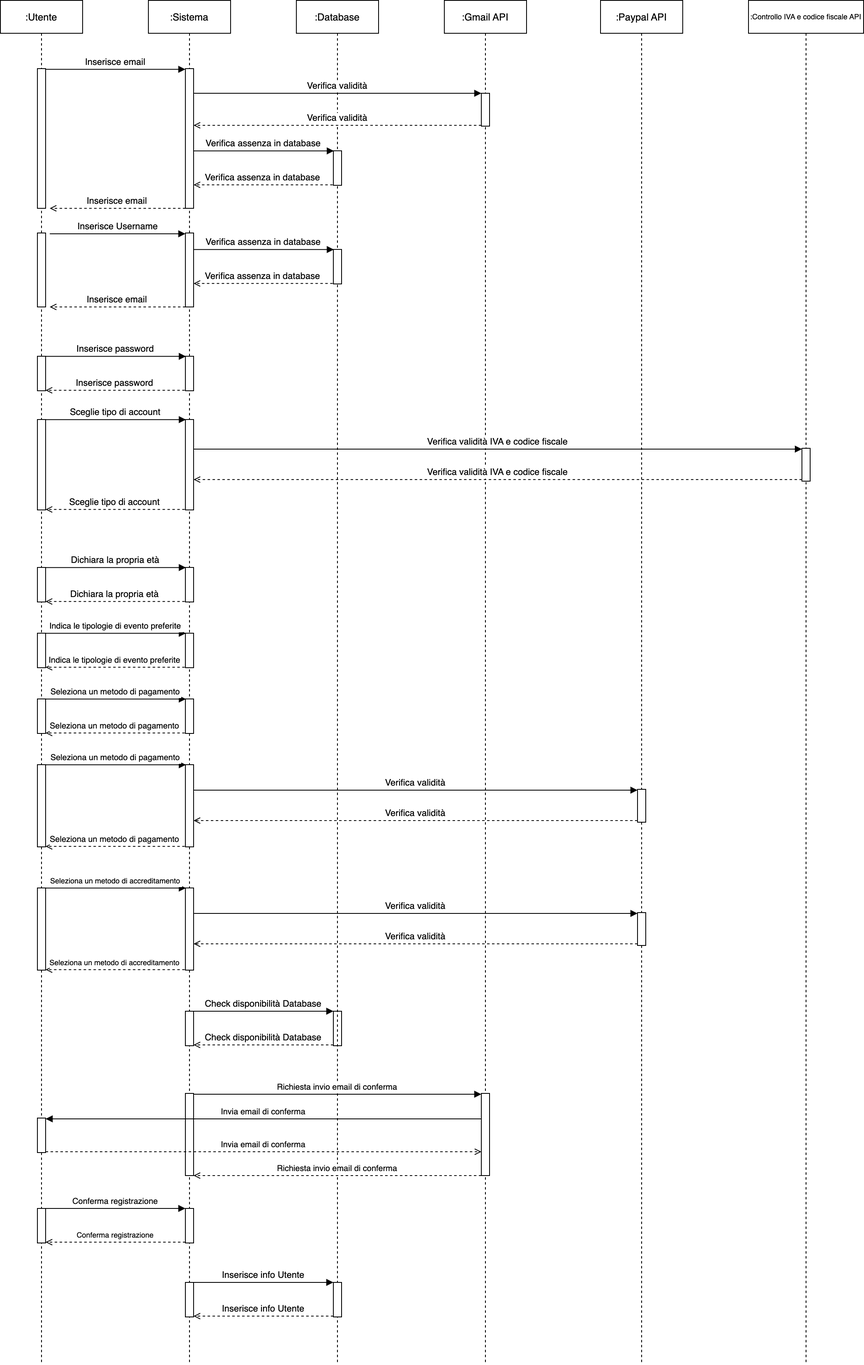
4spot-team/documentation keeps this draw.io diagram as Sequence/RF02_Registrazione/Registrazione.png. Above is the earlier version. Source tidied: cells renumbered, new cells last; positions are measured from the earlier drawing's top-left corner, leaving out a move shared by most shapes.
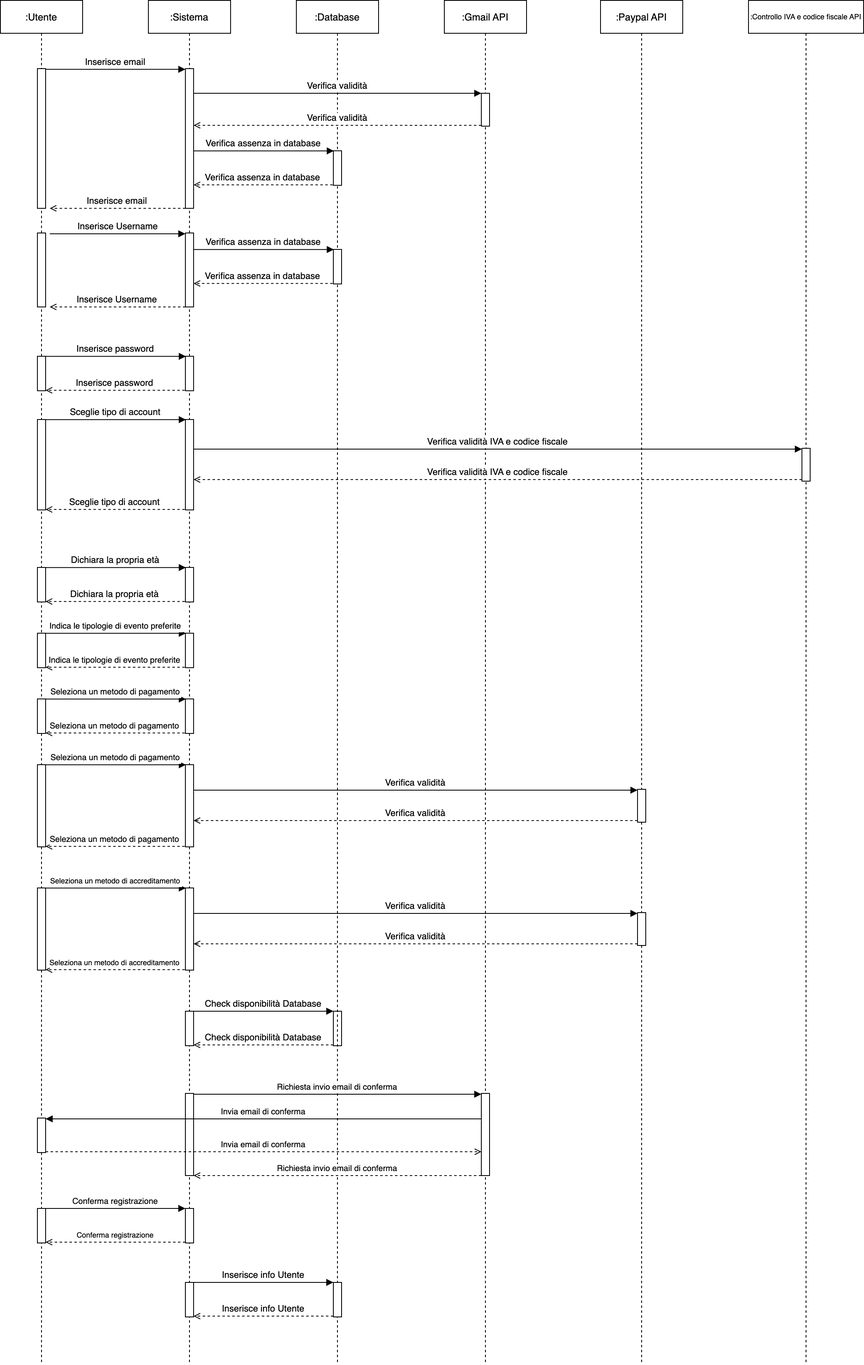
The same file after the commit.

Change to the diagram source:
```diff
@@ -242,7 +242,7 @@
         <mxPoint x="60" y="284" as="sourcePoint" />
       </mxGeometry>
     </mxCell>
-    <mxCell id="62" value="Inserisce email" style="verticalAlign=bottom;endArrow=open;shadow=0;strokeWidth=1;endFill=0;dashed=1;" parent="1" edge="1" source="29">
+    <mxCell id="62" value="Inserisce Username" style="verticalAlign=bottom;endArrow=open;shadow=0;strokeWidth=1;endFill=0;dashed=1;" parent="1" edge="1" source="29">
       <mxGeometry relative="1" as="geometry">
         <mxPoint x="60" y="373" as="targetPoint" />
       </mxGeometry>
```
